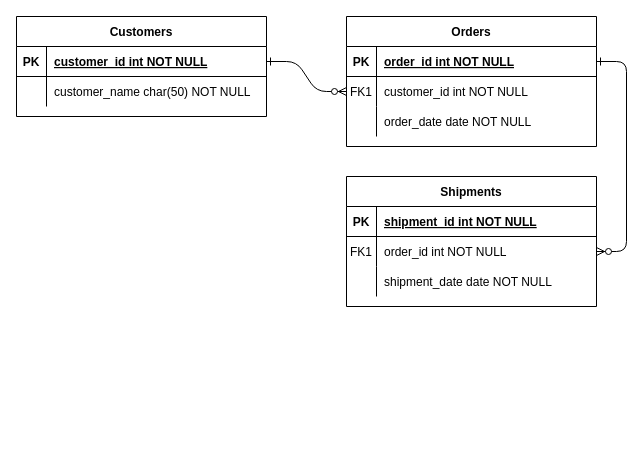
This is Untitled Diagram.drawio from AyshaSeyd/SQL-Part-1, a draw.io file, before an edit. Source tidied: cells renumbered, new cells numbered last; positions are measured from the earlier drawing's top-left corner, leaving out a move shared by most shapes. Both pictures are drawn from the tidied source at 100%, with x=0, y=0 at pixel (16, 16).
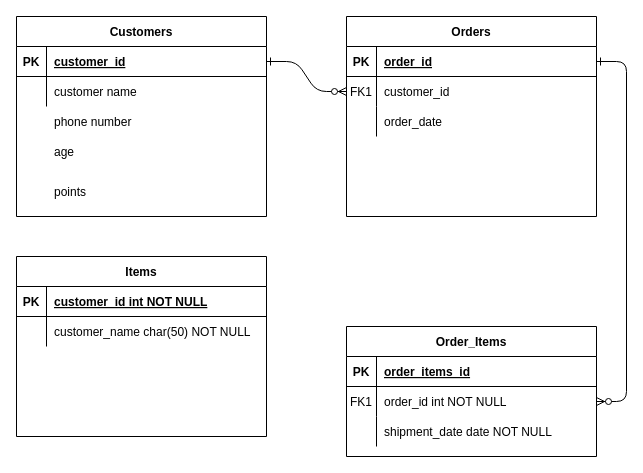
After the change.

The change refers to these unchanged cells:
```xml
<mxCell id="5" style="shape=partialRectangle;fillColor=none;points=[[0,0.5],[1,0.5]];portConstraint=eastwest;top=0;left=0;right=0;bottom=1;" parent="4" vertex="1">
  <mxGeometry y="30" width="250" height="30" as="geometry" />
</mxCell>
<mxCell id="8" style="shape=partialRectangle;fillColor=none;points=[[0,0.5],[1,0.5]];portConstraint=eastwest;top=0;left=0;right=0;bottom=0;" parent="4" vertex="1">
  <mxGeometry y="60" width="250" height="30" as="geometry" />
</mxCell>
<mxCell id="11" style="shape=partialRectangle;fillColor=none;top=0;left=0;right=0;bottom=0;" parent="4" vertex="1">
  <mxGeometry y="90" width="250" height="30" as="geometry" />
</mxCell>
<mxCell id="15" style="shape=partialRectangle;fillColor=none;top=0;left=0;right=0;bottom=1;" parent="14" vertex="1">
  <mxGeometry y="30" width="250" height="30" as="geometry" />
</mxCell>
<mxCell id="25" style="shape=partialRectangle;fillColor=none;points=[[0,0.5],[1,0.5]];portConstraint=eastwest;top=0;left=0;right=0;bottom=1;" parent="24" vertex="1">
  <mxGeometry y="30" width="250" height="30" as="geometry" />
</mxCell>
<mxCell id="28" style="shape=partialRectangle;fillColor=none;top=0;left=0;right=0;bottom=0;" parent="24" vertex="1">
  <mxGeometry y="60" width="250" height="30" as="geometry" />
</mxCell>
```

What changed in the source:
```diff
@@
     <mxCell id="4" value="Orders" style="shape=table;startSize=30;childLayout=tableLayout;rowLines=0;fontStyle=1;align=center;" parent="1" vertex="1">
-      <mxGeometry x="330" width="250" height="130" as="geometry" />
+      <mxGeometry x="330" width="250" height="200" as="geometry" />
     </mxCell>
@@
-    <mxCell id="7" value="order_id int NOT NULL " style="shape=partialRectangle;overflow=hidden;fillColor=none;top=0;left=0;bottom=0;right=0;align=left;spacingLeft=6;fontStyle=5;" parent="5" vertex="1">
+    <mxCell id="7" value="order_id" style="shape=partialRectangle;overflow=hidden;fillColor=none;top=0;left=0;bottom=0;right=0;align=left;spacingLeft=6;fontStyle=5;" parent="5" vertex="1">
       <mxGeometry x="30" width="220" height="30" as="geometry" />
     </mxCell>
@@
-    <mxCell id="10" value="customer_id int NOT NULL" style="shape=partialRectangle;overflow=hidden;fillColor=none;top=0;left=0;bottom=0;right=0;align=left;spacingLeft=6;" parent="8" vertex="1">
+    <mxCell id="10" value="customer_id " style="shape=partialRectangle;overflow=hidden;fillColor=none;top=0;left=0;bottom=0;right=0;align=left;spacingLeft=6;" parent="8" vertex="1">
       <mxGeometry x="30" width="220" height="30" as="geometry" />
     </mxCell>
@@
-    <mxCell id="13" value="order_date date NOT NULL" style="shape=partialRectangle;overflow=hidden;fillColor=none;top=0;left=0;bottom=0;right=0;align=left;spacingLeft=6;" parent="11" vertex="1">
+    <mxCell id="13" value="order_date" style="shape=partialRectangle;overflow=hidden;fillColor=none;top=0;left=0;bottom=0;right=0;align=left;spacingLeft=6;" parent="11" vertex="1">
       <mxGeometry x="30" width="220" height="30" as="geometry" />
     </mxCell>
-    <mxCell id="14" value="Shipments" style="shape=table;startSize=30;childLayout=tableLayout;rowLines=0;fontStyle=1;align=center;" parent="1" vertex="1">
-      <mxGeometry x="330" y="160" width="250" height="130" as="geometry" />
+    <mxCell id="14" value="Order_Items" style="shape=table;startSize=30;childLayout=tableLayout;rowLines=0;fontStyle=1;align=center;" parent="1" vertex="1">
+      <mxGeometry x="330" y="310" width="250" height="130" as="geometry" />
     </mxCell>
@@
-    <mxCell id="17" value="shipment_id int NOT NULL " style="shape=partialRectangle;overflow=hidden;fillColor=none;top=0;left=0;bottom=0;right=0;align=left;spacingLeft=6;fontStyle=5;" parent="15" vertex="1">
+    <mxCell id="17" value="order_items_id" style="shape=partialRectangle;overflow=hidden;fillColor=none;top=0;left=0;bottom=0;right=0;align=left;spacingLeft=6;fontStyle=5;" parent="15" vertex="1">
       <mxGeometry x="30" width="220" height="30" as="geometry" />
     </mxCell>
@@
     <mxCell id="24" value="Customers" style="shape=table;startSize=30;childLayout=tableLayout;rowLines=0;fontStyle=1;align=center;" parent="1" vertex="1">
-      <mxGeometry width="250" height="100" as="geometry" />
+      <mxGeometry width="250" height="200" as="geometry" />
     </mxCell>
@@
-    <mxCell id="27" value="customer_id int NOT NULL " style="shape=partialRectangle;overflow=hidden;fillColor=none;top=0;left=0;bottom=0;right=0;align=left;spacingLeft=6;fontStyle=5;" parent="25" vertex="1">
+    <mxCell id="27" value="customer_id" style="shape=partialRectangle;overflow=hidden;fillColor=none;top=0;left=0;bottom=0;right=0;align=left;spacingLeft=6;fontStyle=5;" parent="25" vertex="1">
       <mxGeometry x="30" width="220" height="30" as="geometry" />
     </mxCell>
@@
-    <mxCell id="30" value="customer_name char(50) NOT NULL" style="shape=partialRectangle;overflow=hidden;fillColor=none;top=0;left=0;bottom=0;right=0;align=left;spacingLeft=6;" parent="28" vertex="1">
+    <mxCell id="30" value="customer name" style="shape=partialRectangle;overflow=hidden;fillColor=none;top=0;left=0;bottom=0;right=0;align=left;spacingLeft=6;" parent="28" vertex="1">
       <mxGeometry x="30" width="220" height="30" as="geometry" />
     </mxCell>
+    <mxCell id="31" value="Items" style="shape=table;startSize=30;childLayout=tableLayout;rowLines=0;fontStyle=1;align=center;" parent="1" vertex="1">
+      <mxGeometry y="240" width="250" height="180" as="geometry" />
+    </mxCell>
+    <mxCell id="32" style="shape=partialRectangle;fillColor=none;top=0;left=0;right=0;bottom=1;" parent="31" vertex="1">
+      <mxGeometry y="30" width="250" height="30" as="geometry" />
+    </mxCell>
+    <mxCell id="33" value="PK" style="shape=partialRectangle;overflow=hidden;fillColor=none;top=0;left=0;bottom=0;right=0;fontStyle=1;" parent="32" vertex="1">
+      <mxGeometry width="30" height="30" as="geometry" />
+    </mxCell>
+    <mxCell id="34" value="customer_id int NOT NULL " style="shape=partialRectangle;overflow=hidden;fillColor=none;top=0;left=0;bottom=0;right=0;align=left;spacingLeft=6;fontStyle=5;" parent="32" vertex="1">
+      <mxGeometry x="30" width="220" height="30" as="geometry" />
+    </mxCell>
+    <mxCell id="35" style="shape=partialRectangle;fillColor=none;top=0;left=0;right=0;bottom=0;" parent="31" vertex="1">
+      <mxGeometry y="60" width="250" height="30" as="geometry" />
+    </mxCell>
+    <mxCell id="36" style="shape=partialRectangle;overflow=hidden;fillColor=none;top=0;left=0;bottom=0;right=0;" parent="35" vertex="1">
+      <mxGeometry width="30" height="30" as="geometry" />
+    </mxCell>
+    <mxCell id="37" value="customer_name char(50) NOT NULL" style="shape=partialRectangle;overflow=hidden;fillColor=none;top=0;left=0;bottom=0;right=0;align=left;spacingLeft=6;" parent="35" vertex="1">
+      <mxGeometry x="30" width="220" height="30" as="geometry" />
+    </mxCell>
+    <mxCell id="38" value="phone number" style="shape=partialRectangle;overflow=hidden;fillColor=none;top=0;left=0;bottom=0;right=0;align=left;spacingLeft=6;" parent="1" vertex="1">
+      <mxGeometry x="30" y="90" width="220" height="30" as="geometry" />
+    </mxCell>
+    <mxCell id="39" value="age" style="shape=partialRectangle;overflow=hidden;fillColor=none;top=0;left=0;bottom=0;right=0;align=left;spacingLeft=6;" parent="1" vertex="1">
+      <mxGeometry x="30" y="120" width="220" height="30" as="geometry" />
+    </mxCell>
+    <mxCell id="40" value="points" style="shape=partialRectangle;overflow=hidden;fillColor=none;top=0;left=0;bottom=0;right=0;align=left;spacingLeft=6;" parent="1" vertex="1">
+      <mxGeometry x="30" y="160" width="220" height="30" as="geometry" />
+    </mxCell>
+    <mxCell id="41" style="shape=partialRectangle;overflow=hidden;fillColor=none;top=0;left=0;bottom=0;right=0;align=left;spacingLeft=6;" parent="1" vertex="1">
+      <mxGeometry x="360" y="120" width="220" height="30" as="geometry" />
+    </mxCell>
```
